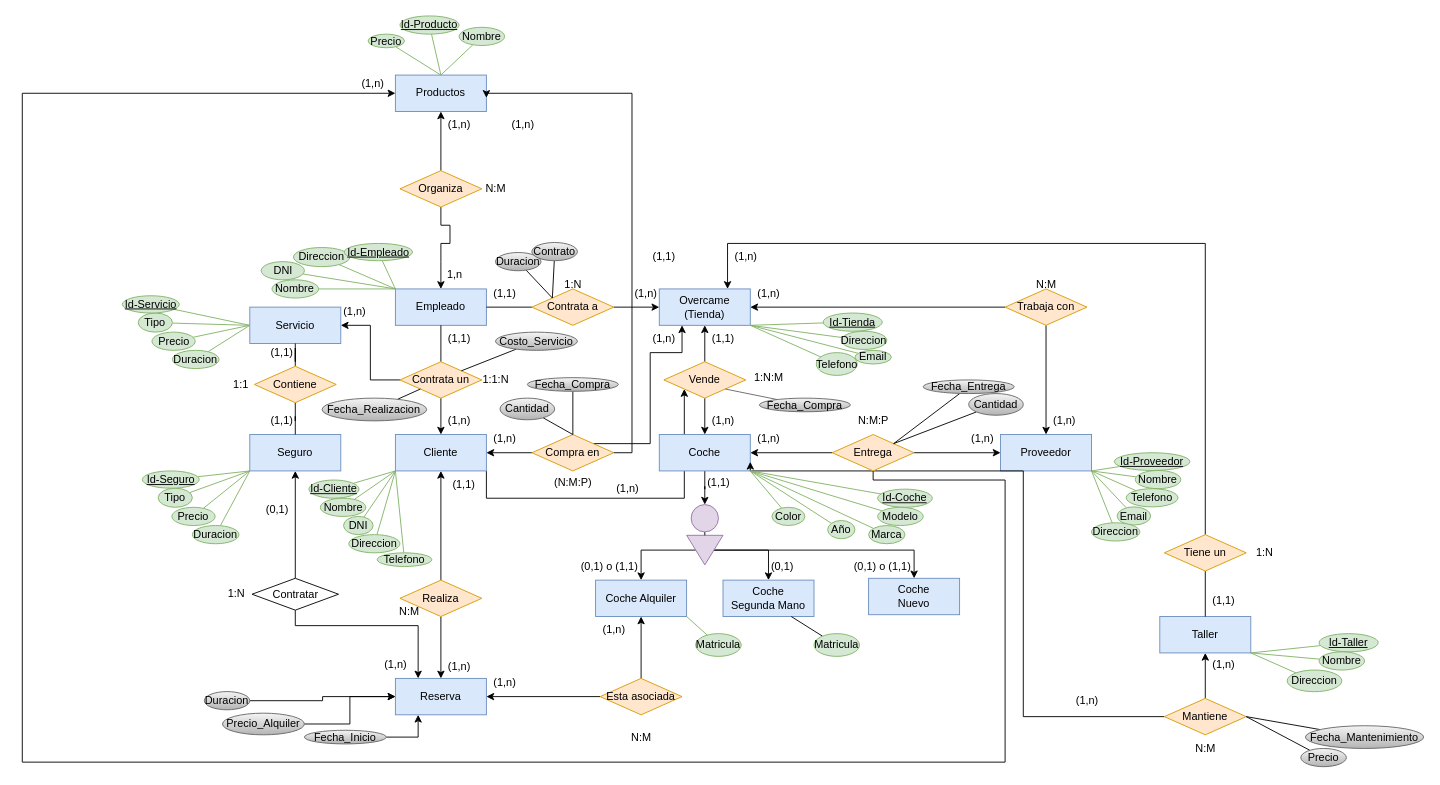
This is Overcame2.0.1.drawio from YerayGM/ProyectoOvercame-BAE, a draw.io file, before an edit. Source tidied: cells renumbered, new cells numbered last; positions are measured from the earlier drawing's top-left corner, leaving out a move shared by most shapes. Both pictures are drawn from the tidied source at 91%, with x=0, y=0 at pixel (22, 15).
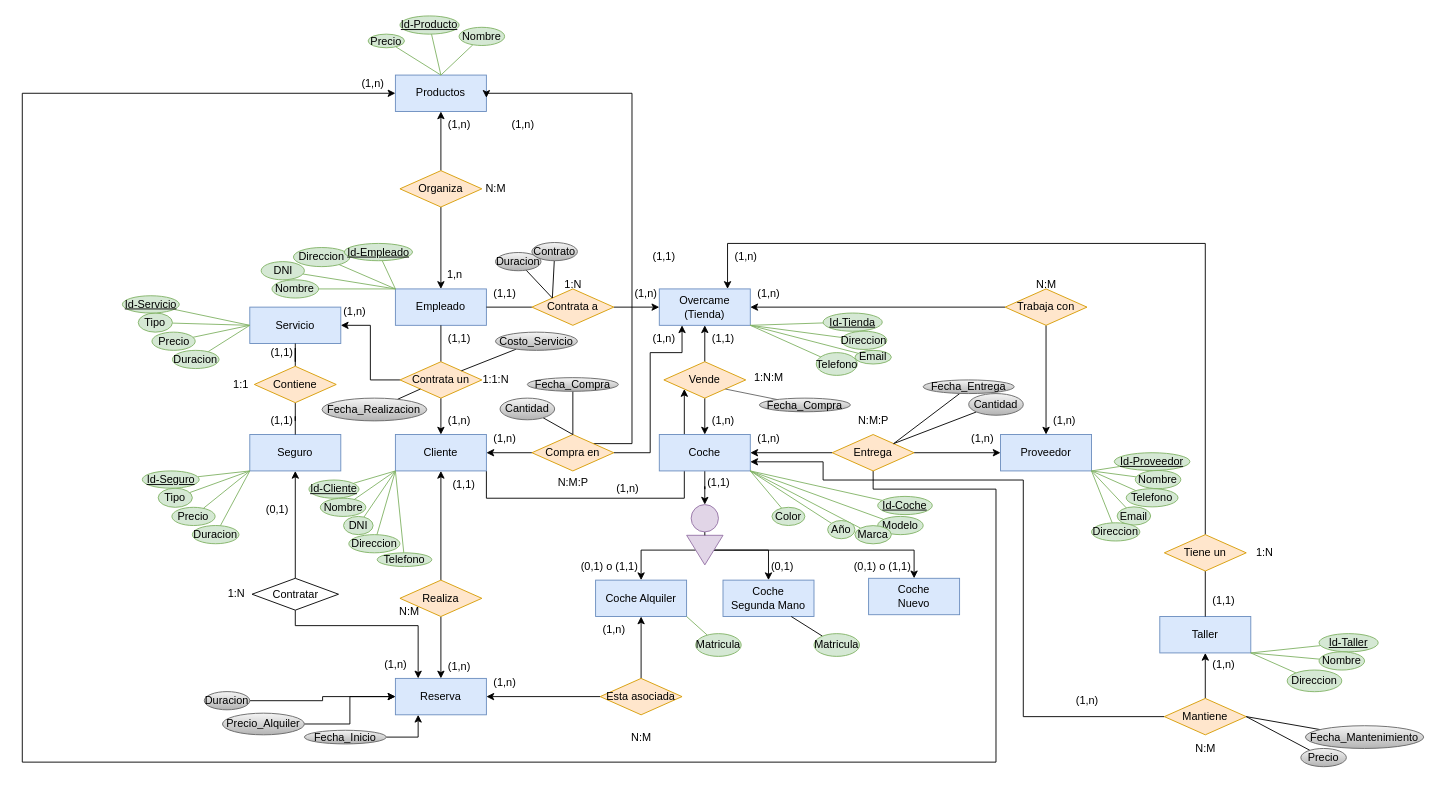
The same diagram, later.

The change refers to these unchanged cells:
```xml
<mxCell id="5" value="Coche" style="whiteSpace=wrap;html=1;align=center;fillColor=#dae8fc;strokeColor=#6c8ebf;" parent="1" vertex="1">
  <mxGeometry x="700" y="460" width="100" height="40" as="geometry" />
</mxCell>
<mxCell id="6" value="Productos" style="whiteSpace=wrap;html=1;align=center;fillColor=#dae8fc;strokeColor=#6c8ebf;" parent="1" vertex="1">
  <mxGeometry x="410" y="65" width="100" height="40" as="geometry" />
</mxCell>
<mxCell id="10" value="Overcame&lt;div&gt;(Tienda)&lt;/div&gt;" style="whiteSpace=wrap;html=1;align=center;fillColor=#dae8fc;strokeColor=#6c8ebf;" parent="1" vertex="1">
  <mxGeometry x="700" y="300" width="100" height="40" as="geometry" />
</mxCell>
<mxCell id="11" value="Empleado" style="whiteSpace=wrap;html=1;align=center;fillColor=#dae8fc;strokeColor=#6c8ebf;" parent="1" vertex="1">
  <mxGeometry x="410" y="300" width="100" height="40" as="geometry" />
</mxCell>
<mxCell id="19" value="Organiza" style="shape=rhombus;perimeter=rhombusPerimeter;whiteSpace=wrap;html=1;align=center;fillColor=#ffe6cc;strokeColor=#d79b00;" parent="1" vertex="1">
  <mxGeometry x="415" y="170" width="90" height="40" as="geometry" />
</mxCell>
<mxCell id="22" value="Mantiene" style="shape=rhombus;perimeter=rhombusPerimeter;whiteSpace=wrap;html=1;align=center;fillColor=#ffe6cc;strokeColor=#d79b00;" parent="1" vertex="1">
  <mxGeometry x="1255" y="750" width="90" height="40" as="geometry" />
</mxCell>
<mxCell id="35" value="Entrega" style="shape=rhombus;perimeter=rhombusPerimeter;whiteSpace=wrap;html=1;align=center;fillColor=#ffe6cc;strokeColor=#d79b00;" parent="1" vertex="1">
  <mxGeometry x="890" y="460" width="90" height="40" as="geometry" />
</mxCell>
<mxCell id="52" value="Compra en" style="shape=rhombus;perimeter=rhombusPerimeter;whiteSpace=wrap;html=1;align=center;fillColor=#ffe6cc;strokeColor=#d79b00;" parent="1" vertex="1">
  <mxGeometry x="560" y="460" width="90" height="40" as="geometry" />
</mxCell>
```

Diff of the diagram source:
```diff
@@
+    <mxCell id="18" style="edgeStyle=orthogonalEdgeStyle;rounded=0;jettySize=auto;html=1;entryX=0.5;entryY=1;entryDx=0;entryDy=0;" parent="1" edge="1" source="19" target="6">
+      <mxGeometry relative="1" as="geometry" />
+    </mxCell>
-    <mxCell id="17" style="rounded=0;jettySize=auto;html=1;entryX=0.5;entryY=0;entryDx=0;entryDy=0;exitX=0.5;exitY=1;exitDx=0;exitDy=0;" parent="1" edge="1" source="19" target="11">
-      <mxGeometry relative="1" as="geometry">
-        <Array as="points">
-          <mxPoint x="460" y="230" />
-          <mxPoint x="470" y="230" />
-          <mxPoint x="470" y="250" />
-          <mxPoint x="460" y="250" />
-          <mxPoint x="460" y="270" />
-        </Array>
-      </mxGeometry>
+    <mxCell id="17" style="edgeStyle=orthogonalEdgeStyle;rounded=0;jettySize=auto;html=1;entryX=0.5;entryY=0;entryDx=0;entryDy=0;" parent="1" edge="1" source="19" target="11">
+      <mxGeometry relative="1" as="geometry" />
     </mxCell>
-    <mxCell id="18" style="edgeStyle=orthogonalEdgeStyle;rounded=0;jettySize=auto;html=1;entryX=0.5;entryY=1;entryDx=0;entryDy=0;" parent="1" edge="1" source="19" target="6">
-      <mxGeometry relative="1" as="geometry" />
-    </mxCell>
@@
     <mxCell id="21" style="edgeStyle=orthogonalEdgeStyle;rounded=0;jettySize=auto;html=1;entryX=1;entryY=0.75;entryDx=0;entryDy=0;" parent="1" edge="1" source="22" target="5">
       <mxGeometry relative="1" as="geometry">
         <Array as="points">
           <mxPoint x="1100" y="770" />
-          <mxPoint x="1100" y="500" />
-          <mxPoint x="800" y="500" />
+          <mxPoint x="1100" y="510" />
+          <mxPoint x="880" y="510" />
+          <mxPoint x="880" y="490" />
         </Array>
       </mxGeometry>
     </mxCell>
@@
     <mxCell id="34" style="edgeStyle=orthogonalEdgeStyle;rounded=0;jettySize=auto;html=1;entryX=0;entryY=0.5;entryDx=0;entryDy=0;" parent="1" edge="1" source="35" target="6">
       <mxGeometry relative="1" as="geometry">
         <Array as="points">
-          <mxPoint x="935" y="510" />
-          <mxPoint x="1080" y="510" />
-          <mxPoint x="1080" y="820" />
+          <mxPoint x="935" y="520" />
+          <mxPoint x="1070" y="520" />
+          <mxPoint x="1070" y="820" />
           <mxPoint y="820" />
           <mxPoint y="85" />
         </Array>
       </mxGeometry>
     </mxCell>
@@
     <mxCell id="50" style="edgeStyle=orthogonalEdgeStyle;rounded=0;jettySize=auto;html=1;entryX=0.25;entryY=1;entryDx=0;entryDy=0;" parent="1" edge="1" source="52" target="10">
       <mxGeometry relative="1" as="geometry">
         <Array as="points">
-          <mxPoint x="690" y="470" />
+          <mxPoint x="690" y="480" />
           <mxPoint x="690" y="370" />
           <mxPoint x="725" y="370" />
         </Array>
       </mxGeometry>
     </mxCell>
     <mxCell id="51" style="edgeStyle=orthogonalEdgeStyle;rounded=0;jettySize=auto;html=1;" parent="1" edge="1" source="52">
       <mxGeometry relative="1" as="geometry">
         <mxPoint x="510" y="90" as="targetPoint" />
         <Array as="points">
-          <mxPoint x="670" y="480" />
+          <mxPoint x="670" y="470" />
           <mxPoint x="670" y="85" />
           <mxPoint x="510" y="85" />
         </Array>
       </mxGeometry>
     </mxCell>
@@
-    <mxCell id="87" value="(N:M:P)" style="text;html=1;align=center;verticalAlign=middle;strokeColor=none;fillColor=none;" parent="1" vertex="1">
+    <mxCell id="87" value="N:M:P" style="text;html=1;align=center;verticalAlign=middle;strokeColor=none;fillColor=none;" parent="1" vertex="1">
       <mxGeometry x="575" y="498" width="60" height="30" as="geometry" />
     </mxCell>
@@
     <mxCell id="89" value="Id-Coche" style="ellipse;whiteSpace=wrap;html=1;align=center;fontStyle=4;fillColor=#d5e8d4;strokeColor=#82b366;" parent="1" vertex="1">
-      <mxGeometry x="940" y="520" width="60" height="20" as="geometry" />
+      <mxGeometry x="940" y="528" width="60" height="20" as="geometry" />
     </mxCell>
@@
     <mxCell id="91" value="Modelo" style="ellipse;whiteSpace=wrap;html=1;align=center;fillColor=#d5e8d4;strokeColor=#82b366;" parent="1" vertex="1">
-      <mxGeometry x="940" y="540" width="50" height="20" as="geometry" />
+      <mxGeometry x="940" y="550" width="50" height="20" as="geometry" />
     </mxCell>
@@
     <mxCell id="93" value="Marca" style="ellipse;whiteSpace=wrap;html=1;align=center;fillColor=#d5e8d4;strokeColor=#82b366;" parent="1" vertex="1">
-      <mxGeometry x="930" y="560" width="40" height="20" as="geometry" />
+      <mxGeometry x="915" y="560.1" width="40" height="20" as="geometry" />
     </mxCell>
```
